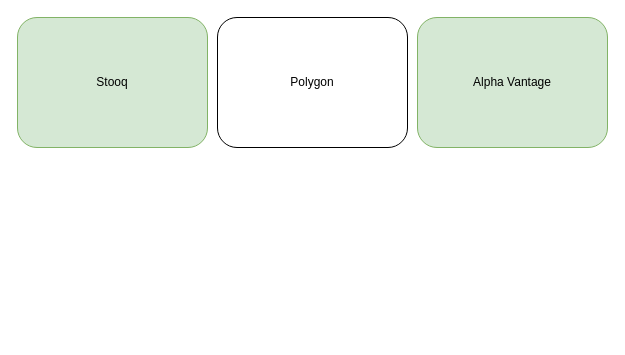
This is page "Page-3" (3 of 3) of Informations.drawio from sh4r-KO/special-tribble, a draw.io file, before an edit. Source tidied: cells renumbered, new cells numbered last; positions are measured from the earlier drawing's top-left corner, leaving out a move shared by most shapes. Both pictures are drawn from the tidied source at 100%, with x=0, y=0 at pixel (17, 17).
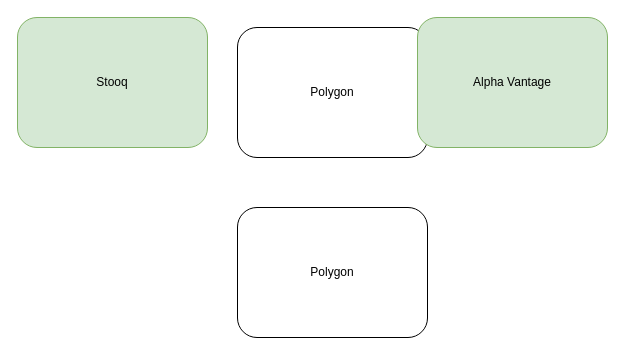
The same page after the edit.

What changed in the source:
```diff
@@
 <mxGraphModel>
   <root>
     <mxCell id="0" />
     <mxCell id="1" parent="0" />
     <mxCell id="2" value="Stooq" style="rounded=1;whiteSpace=wrap;html=1;fillColor=#d5e8d4;strokeColor=#82b366;" parent="1" vertex="1">
       <mxGeometry width="190" height="130" as="geometry" />
     </mxCell>
     <mxCell id="3" value="Polygon" style="rounded=1;whiteSpace=wrap;html=1;" parent="1" vertex="1">
-      <mxGeometry x="200" width="190" height="130" as="geometry" />
+      <mxGeometry x="220" y="10" width="190" height="130" as="geometry" />
     </mxCell>
     <mxCell id="4" value="Alpha Vantage" style="rounded=1;whiteSpace=wrap;html=1;fillColor=#d5e8d4;strokeColor=#82b366;" parent="1" vertex="1">
       <mxGeometry x="400" width="190" height="130" as="geometry" />
     </mxCell>
+    <mxCell id="5" value="Polygon" style="rounded=1;whiteSpace=wrap;html=1;" parent="1" vertex="1">
+      <mxGeometry x="220" y="190" width="190" height="130" as="geometry" />
+    </mxCell>
   </root>
 </mxGraphModel>
```
